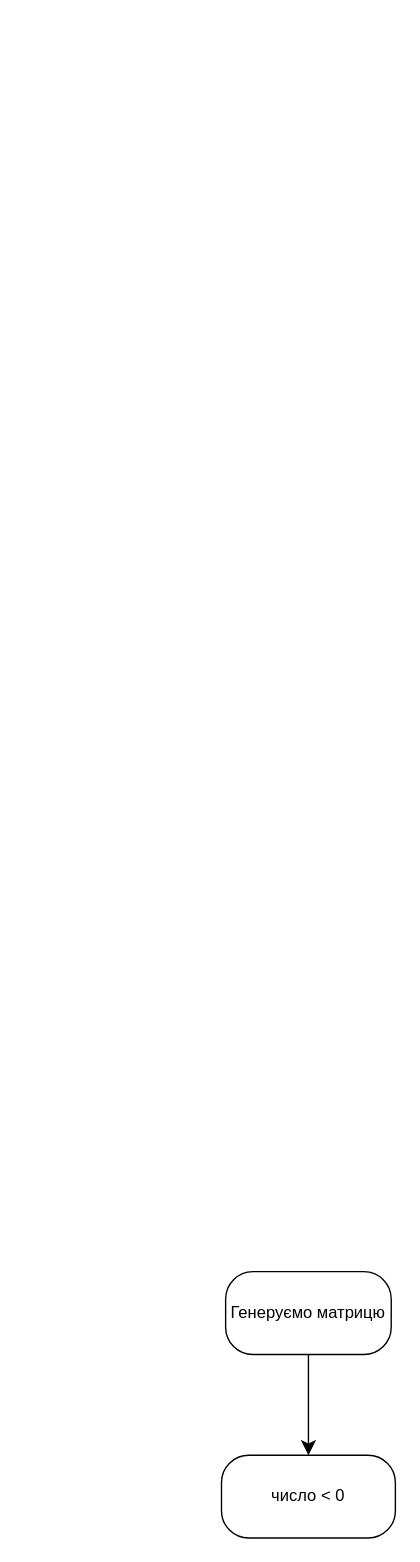
This is Диаграмма без названия.drawio from ilya-ovramets/SysProg, a draw.io file, before an edit. Source tidied: cells renumbered, new cells numbered last; positions are measured from the earlier drawing's top-left corner, leaving out a move shared by most shapes. Both pictures are drawn from the tidied source at 138%, with x=0, y=0 at pixel (221, 1271).
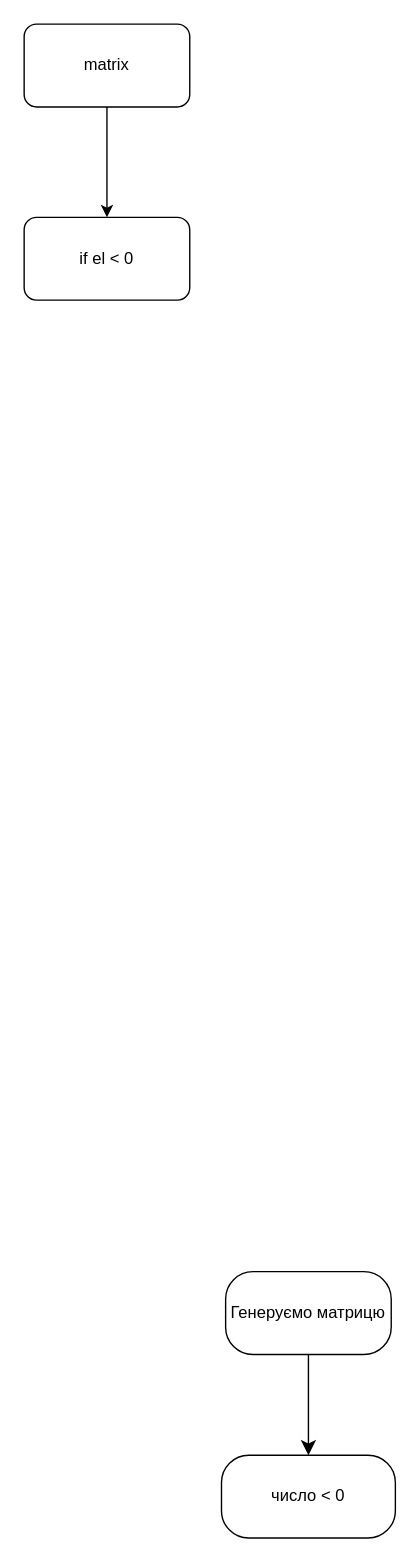
After the change.

Change to the diagram source:
```diff
@@
 <mxGraphModel>
   <root>
     <mxCell id="0" />
     <mxCell id="1" parent="0" />
     <mxCell id="2" style="edgeStyle=none;curved=1;rounded=0;jettySize=auto;html=1;fontSize=12;startSize=8;endSize=8;" parent="1" edge="1" source="3" target="4">
       <mxGeometry relative="1" as="geometry" />
     </mxCell>
     <mxCell id="3" value="Генеруємо матрицю" style="rounded=1;whiteSpace=wrap;html=1;arcSize=33;" parent="1" vertex="1">
       <mxGeometry x="3" width="120" height="60" as="geometry" />
     </mxCell>
     <mxCell id="4" value="число &amp;lt; 0" style="whiteSpace=wrap;html=1;rounded=1;arcSize=33;" parent="1" vertex="1">
       <mxGeometry y="133" width="126" height="60" as="geometry" />
     </mxCell>
+    <mxCell id="5" style="edgeStyle=orthogonalEdgeStyle;rounded=0;jettySize=auto;html=1;" parent="1" edge="1" source="6" target="7">
+      <mxGeometry relative="1" as="geometry" />
+    </mxCell>
+    <mxCell id="6" value="matrix" style="rounded=1;whiteSpace=wrap;html=1;" parent="1" vertex="1">
+      <mxGeometry x="-143" y="-904" width="120" height="60" as="geometry" />
+    </mxCell>
+    <mxCell id="7" value="if el &amp;lt; 0" style="rounded=1;whiteSpace=wrap;html=1;" parent="1" vertex="1">
+      <mxGeometry x="-143" y="-764" width="120" height="60" as="geometry" />
+    </mxCell>
   </root>
 </mxGraphModel>
```
